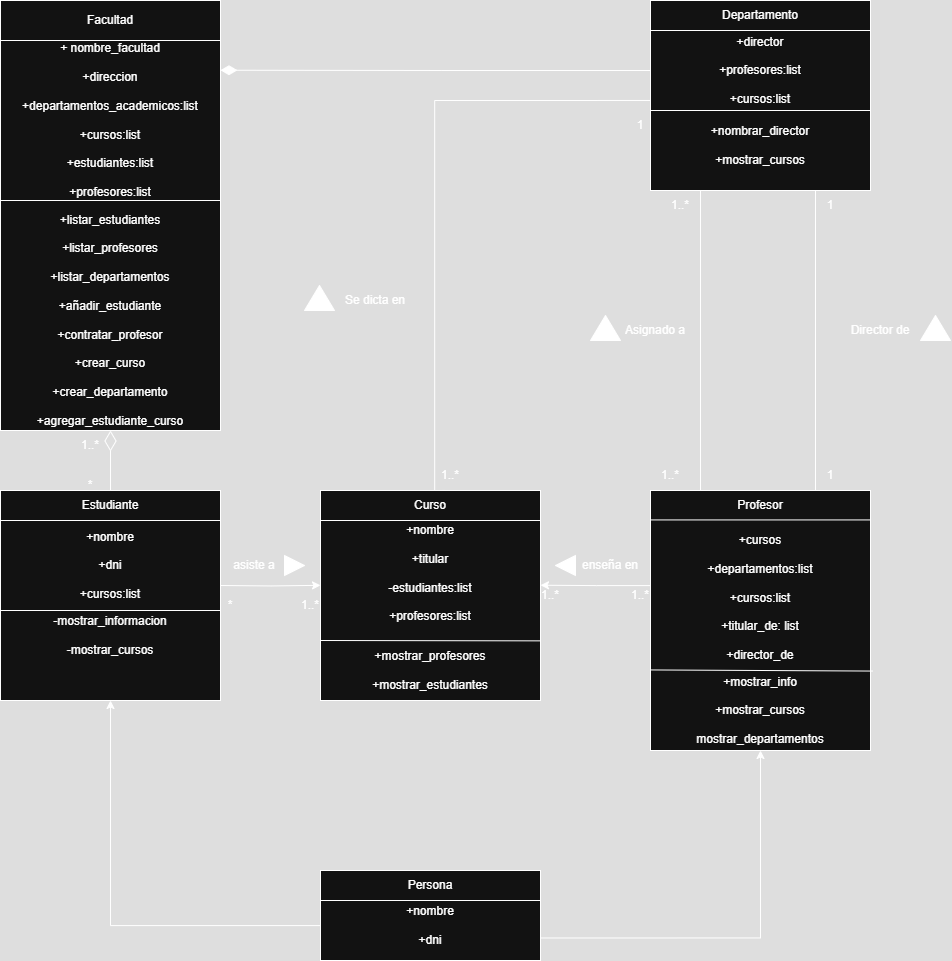
This is TrabajoPractico_2/proyecto_2.1/docs/UMLproblema1.drawio.png from AgustinG178/pa_2025c1_practica, a draw.io export, as it was before one commit. Source tidied: cells renumbered, new cells last; positions are measured from the earlier drawing's top-left corner, leaving out a move shared by most shapes.
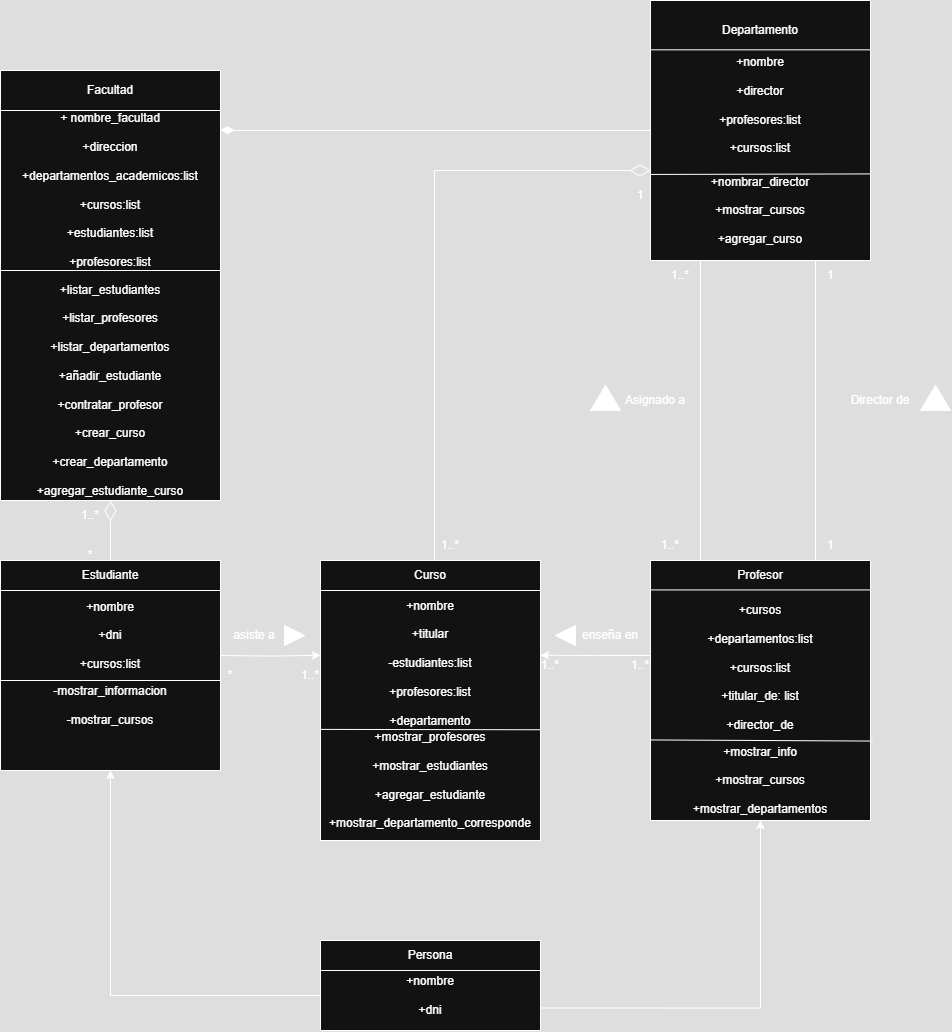
The same file after the commit.

Change to the diagram source:
```diff
@@ -50,15 +50,14 @@
       <mxGeometry y="610" width="220" height="50" as="geometry" />
     </mxCell>
     <mxCell id="16" style="rounded=0;whiteSpace=wrap;html=1;" parent="1" vertex="1">
-      <mxGeometry x="320" y="490" width="220" height="210" as="geometry" />
+      <mxGeometry x="320" y="490" width="220" height="280" as="geometry" />
     </mxCell>
-    <mxCell id="17" style="edgeStyle=orthogonalEdgeStyle;rounded=0;orthogonalLoop=1;jettySize=auto;html=1;entryX=0.008;entryY=0.875;entryDx=0;entryDy=0;endArrow=none;endFill=0;endSize=18;entryPerimeter=0;jumpSize=10;startFill=0;exitX=0.5;exitY=0;exitDx=0;exitDy=0;" parent="1" edge="1">
+    <mxCell id="17" style="edgeStyle=orthogonalEdgeStyle;rounded=0;jettySize=auto;html=1;entryX=0;entryY=0;entryDx=0;entryDy=0;endArrow=diamondThin;endFill=0;endSize=18;jumpSize=10;startFill=0;exitX=0.5;exitY=0;exitDx=0;exitDy=0;" parent="1" edge="1" target="35">
       <mxGeometry relative="1" as="geometry">
         <mxPoint x="444.1" y="490" as="sourcePoint" />
-        <mxPoint x="665.9" y="100" as="targetPoint" />
         <Array as="points">
-          <mxPoint x="434.1" y="490" />
-          <mxPoint x="434.1" y="100" />
+          <mxPoint x="434" y="490" />
+          <mxPoint x="434" y="100" />
         </Array>
       </mxGeometry>
     </mxCell>
@@ -70,17 +69,17 @@
         <mxPoint x="540" y="520" as="targetPoint" />
       </mxGeometry>
     </mxCell>
-    <mxCell id="20" value="&lt;div&gt;&lt;br&gt;&lt;/div&gt;&lt;div&gt;+nombre&lt;/div&gt;&lt;div&gt;&lt;br&gt;&lt;/div&gt;+titular&lt;div&gt;&lt;br&gt;&lt;/div&gt;&lt;div&gt;-estudiantes:list&lt;/div&gt;&lt;div&gt;&lt;br&gt;&lt;/div&gt;&lt;div&gt;+profesores:list&lt;/div&gt;&lt;div&gt;&lt;br&gt;&lt;/div&gt;&lt;div&gt;&lt;br&gt;&lt;/div&gt;" style="text;html=1;align=center;verticalAlign=middle;whiteSpace=wrap;rounded=0;" parent="1" vertex="1">
-      <mxGeometry x="320" y="520" width="220" height="120" as="geometry" />
+    <mxCell id="20" value="&lt;div&gt;&lt;br&gt;&lt;/div&gt;&lt;div&gt;+nombre&lt;/div&gt;&lt;div&gt;&lt;br&gt;&lt;/div&gt;+titular&lt;div&gt;&lt;br&gt;&lt;/div&gt;&lt;div&gt;-estudiantes:list&lt;/div&gt;&lt;div&gt;&lt;br&gt;&lt;/div&gt;&lt;div&gt;+profesores:list&lt;/div&gt;&lt;div&gt;&lt;br&gt;&lt;/div&gt;&lt;div&gt;+departamento&lt;/div&gt;&lt;div&gt;&lt;br&gt;&lt;/div&gt;&lt;div&gt;&lt;br&gt;&lt;/div&gt;" style="text;html=1;align=center;verticalAlign=middle;whiteSpace=wrap;rounded=0;" parent="1" vertex="1">
+      <mxGeometry x="320" y="550" width="220" height="100" as="geometry" />
     </mxCell>
     <mxCell id="21" style="endArrow=none;html=1;rounded=0;exitX=0.002;exitY=0.943;exitDx=0;exitDy=0;exitPerimeter=0;entryX=1;entryY=0.94;entryDx=0;entryDy=0;entryPerimeter=0;" parent="1" edge="1">
       <mxGeometry relative="1" as="geometry">
-        <mxPoint x="540" y="640.4" as="sourcePoint" />
-        <mxPoint x="320.4" y="640" as="targetPoint" />
+        <mxPoint x="539.6" y="659.2" as="sourcePoint" />
+        <mxPoint x="320" y="658.9" as="targetPoint" />
       </mxGeometry>
     </mxCell>
-    <mxCell id="22" value="+mostrar_profesores&lt;div&gt;&lt;br&gt;&lt;/div&gt;&lt;div&gt;+mostrar_estudiantes&lt;/div&gt;" style="text;html=1;align=center;verticalAlign=middle;whiteSpace=wrap;rounded=0;" parent="1" vertex="1">
-      <mxGeometry x="320" y="640" width="220" height="60" as="geometry" />
+    <mxCell id="22" value="+mostrar_profesores&lt;div&gt;&lt;br&gt;&lt;/div&gt;&lt;div&gt;+mostrar_estudiantes&lt;/div&gt;&lt;div&gt;&lt;br&gt;&lt;/div&gt;&lt;div&gt;+agregar_estudiante&lt;/div&gt;&lt;div&gt;&lt;br&gt;&lt;/div&gt;&lt;div&gt;+mostrar_departamento_corresponde&lt;/div&gt;" style="text;html=1;align=center;verticalAlign=middle;whiteSpace=wrap;rounded=0;" parent="1" vertex="1">
+      <mxGeometry x="320" y="670" width="220" height="80" as="geometry" />
     </mxCell>
     <mxCell id="23" style="rounded=0;whiteSpace=wrap;html=1;" parent="1" vertex="1">
       <mxGeometry x="650" y="490" width="220" height="260" as="geometry" />
@@ -103,34 +102,26 @@
         <mxPoint x="872.4" y="670.6" as="targetPoint" />
       </mxGeometry>
     </mxCell>
-    <mxCell id="28" value="+mostrar_info&lt;div&gt;&lt;br&gt;&lt;/div&gt;&lt;div&gt;+mostrar_cursos&lt;/div&gt;&lt;div&gt;&lt;br&gt;&lt;/div&gt;&lt;div&gt;mostrar_departamentos&lt;/div&gt;" style="text;html=1;align=center;verticalAlign=middle;whiteSpace=wrap;rounded=0;" parent="1" vertex="1">
+    <mxCell id="28" value="+mostrar_info&lt;div&gt;&lt;br&gt;&lt;/div&gt;&lt;div&gt;+mostrar_cursos&lt;/div&gt;&lt;div&gt;&lt;br&gt;&lt;/div&gt;&lt;div&gt;+mostrar_departamentos&lt;/div&gt;" style="text;html=1;align=center;verticalAlign=middle;whiteSpace=wrap;rounded=0;" parent="1" vertex="1">
       <mxGeometry x="650" y="670" width="220" height="80" as="geometry" />
     </mxCell>
     <mxCell id="29" style="rounded=0;whiteSpace=wrap;html=1;" parent="1" vertex="1">
-      <mxGeometry x="650" width="220" height="190" as="geometry" />
+      <mxGeometry x="650" y="-70" width="220" height="260" as="geometry" />
     </mxCell>
-    <mxCell id="30" style="edgeStyle=orthogonalEdgeStyle;rounded=0;jettySize=auto;html=1;exitX=0;exitY=0.5;exitDx=0;exitDy=0;entryX=0.909;entryY=0.182;entryDx=0;entryDy=0;entryPerimeter=0;endArrow=diamondThin;endFill=1;endSize=14;" parent="1" edge="1" source="31">
-      <mxGeometry relative="1" as="geometry">
-        <mxPoint x="220" y="69.7" as="targetPoint" />
-      </mxGeometry>
-    </mxCell>
-    <mxCell id="31" value="+director&lt;div&gt;&lt;br&gt;&lt;/div&gt;&lt;div&gt;+profesores:list&lt;/div&gt;&lt;div&gt;&lt;br&gt;&lt;/div&gt;&lt;div&gt;+cursos:list&lt;/div&gt;" style="text;html=1;align=center;verticalAlign=middle;whiteSpace=wrap;rounded=0;" parent="1" vertex="1">
-      <mxGeometry x="650" y="30" width="220" height="80" as="geometry" />
+    <mxCell id="31" value="&lt;div&gt;+nombre&lt;/div&gt;&lt;div&gt;&lt;br&gt;&lt;/div&gt;+director&lt;div&gt;&lt;br&gt;&lt;/div&gt;&lt;div&gt;+profesores:list&lt;/div&gt;&lt;div&gt;&lt;br&gt;&lt;/div&gt;&lt;div&gt;+cursos:list&lt;/div&gt;" style="text;html=1;align=center;verticalAlign=middle;whiteSpace=wrap;rounded=0;" parent="1" vertex="1">
+      <mxGeometry x="680" y="-20" width="160" height="110" as="geometry" />
     </mxCell>
-    <mxCell id="32" style="endArrow=none;html=1;rounded=0;exitX=0;exitY=1;exitDx=0;exitDy=0;entryX=1;entryY=1;entryDx=0;entryDy=0;" parent="1" edge="1" source="31" target="31">
-      <mxGeometry relative="1" as="geometry" />
-    </mxCell>
     <mxCell id="33" style="endArrow=none;html=1;rounded=0;exitX=0;exitY=1;exitDx=0;exitDy=0;entryX=1;entryY=1;entryDx=0;entryDy=0;" parent="1" edge="1">
       <mxGeometry relative="1" as="geometry">
-        <mxPoint x="650" y="30" as="sourcePoint" />
-        <mxPoint x="870" y="30" as="targetPoint" />
+        <mxPoint x="650" y="-20.7" as="sourcePoint" />
+        <mxPoint x="870" y="-20.7" as="targetPoint" />
       </mxGeometry>
     </mxCell>
     <mxCell id="34" value="Departamento" style="text;html=1;align=center;verticalAlign=middle;whiteSpace=wrap;rounded=0;" parent="1" vertex="1">
-      <mxGeometry x="650" width="220" height="30" as="geometry" />
+      <mxGeometry x="675" y="-60" width="170" height="40" as="geometry" />
     </mxCell>
-    <mxCell id="35" value="+nombrar_director&lt;div&gt;&lt;br&gt;&lt;/div&gt;&lt;div&gt;+mostrar_cursos&lt;/div&gt;" style="text;html=1;align=center;verticalAlign=middle;whiteSpace=wrap;rounded=0;" parent="1" vertex="1">
-      <mxGeometry x="650" y="120" width="220" height="50" as="geometry" />
+    <mxCell id="35" value="+nombrar_director&lt;div&gt;&lt;br&gt;&lt;/div&gt;&lt;div&gt;+mostrar_cursos&lt;/div&gt;&lt;div&gt;&lt;br&gt;&lt;/div&gt;&lt;div&gt;+agregar_curso&lt;/div&gt;" style="text;html=1;align=center;verticalAlign=middle;whiteSpace=wrap;rounded=0;" parent="1" vertex="1">
+      <mxGeometry x="650" y="100" width="220" height="80" as="geometry" />
     </mxCell>
     <mxCell id="36" style="endArrow=none;html=1;rounded=0;exitX=0.75;exitY=0;exitDx=0;exitDy=0;entryX=0.75;entryY=1;entryDx=0;entryDy=0;" parent="1" edge="1" source="24" target="29">
       <mxGeometry relative="1" as="geometry" />
@@ -216,12 +207,6 @@
     <mxCell id="59" value="1..*" style="text;html=1;align=center;verticalAlign=middle;whiteSpace=wrap;rounded=0;" parent="1" vertex="1">
       <mxGeometry x="420" y="460" width="60" height="30" as="geometry" />
     </mxCell>
-    <mxCell id="60" value="Se dicta en" style="text;html=1;align=center;verticalAlign=middle;whiteSpace=wrap;rounded=0;" parent="1" vertex="1">
-      <mxGeometry x="340" y="285" width="70" height="30" as="geometry" />
-    </mxCell>
-    <mxCell id="61" style="triangle;whiteSpace=wrap;html=1;direction=north;fillColor=light-dark(#FFFFFF,#FFFFFF);gradientColor=none;gradientDirection=west;" parent="1" vertex="1">
-      <mxGeometry x="304" y="285" width="30" height="25" as="geometry" />
-    </mxCell>
     <mxCell id="62" style="rounded=0;whiteSpace=wrap;html=1;" parent="1" vertex="1">
       <mxGeometry x="320" y="870" width="220" height="90" as="geometry" />
     </mxCell>
@@ -243,5 +228,18 @@
     <mxCell id="67" value="+nombre&lt;div&gt;&lt;br&gt;&lt;/div&gt;&lt;div&gt;+dni&lt;/div&gt;" style="text;html=1;align=center;verticalAlign=middle;whiteSpace=wrap;rounded=0;" parent="1" vertex="1">
       <mxGeometry x="320" y="900" width="220" height="50" as="geometry" />
     </mxCell>
+    <mxCell id="68" style="endArrow=none;html=1;rounded=0;exitX=0.001;exitY=0.669;exitDx=0;exitDy=0;exitPerimeter=0;entryX=0.999;entryY=0.667;entryDx=0;entryDy=0;entryPerimeter=0;" parent="1" edge="1" source="29" target="29">
+      <mxGeometry relative="1" as="geometry" />
+    </mxCell>
+    <mxCell id="69" style="edgeStyle=orthogonalEdgeStyle;rounded=0;orthogonalLoop=1;jettySize=auto;html=1;endArrow=diamondThin;endFill=1;endSize=11;" parent="1" edge="1">
+      <mxGeometry relative="1" as="geometry">
+        <mxPoint x="650" y="60" as="sourcePoint" />
+        <mxPoint x="220" y="59.6" as="targetPoint" />
+        <Array as="points">
+          <mxPoint x="240" y="60.7" />
+          <mxPoint x="240" y="58.7" />
+        </Array>
+      </mxGeometry>
+    </mxCell>
   </root>
 </mxGraphModel>
```
